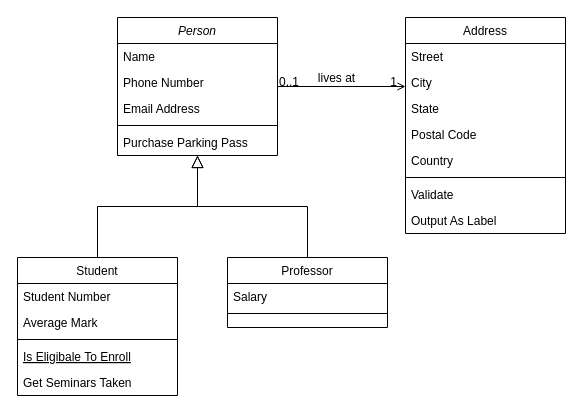
Before: Untitled Diagram.drawio in hellojoechip/hugo01, a draw.io diagram. Source tidied: cells renumbered, new cells numbered last; positions are measured from the earlier drawing's top-left corner, leaving out a move shared by most shapes. Both pictures are drawn from the tidied source at 100%, with x=0, y=0 at pixel (17, 17).
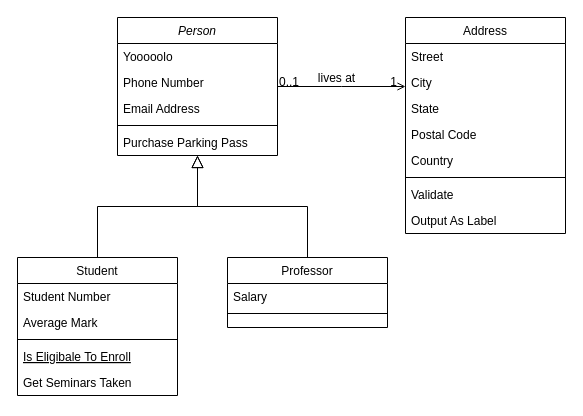
After the change.

The change refers to these unchanged cells:
```xml
<mxCell id="2" value="Person" style="swimlane;fontStyle=2;align=center;verticalAlign=top;horizontal=1;startSize=26;rounded=0;shadow=0;strokeWidth=1;" parent="1" vertex="1">
  <mxGeometry x="100" width="160" height="138" as="geometry" />
</mxCell>
```

What changed in the source:
```diff
@@
-    <mxCell id="3" value="Name" style="text;align=left;verticalAlign=top;spacingLeft=4;spacingRight=4;overflow=hidden;" parent="2" vertex="1">
+    <mxCell id="3" value="Yooooolo" style="text;align=left;verticalAlign=top;spacingLeft=4;spacingRight=4;overflow=hidden;" parent="2" vertex="1">
       <mxGeometry y="26" width="160" height="26" as="geometry" />
     </mxCell>
```
